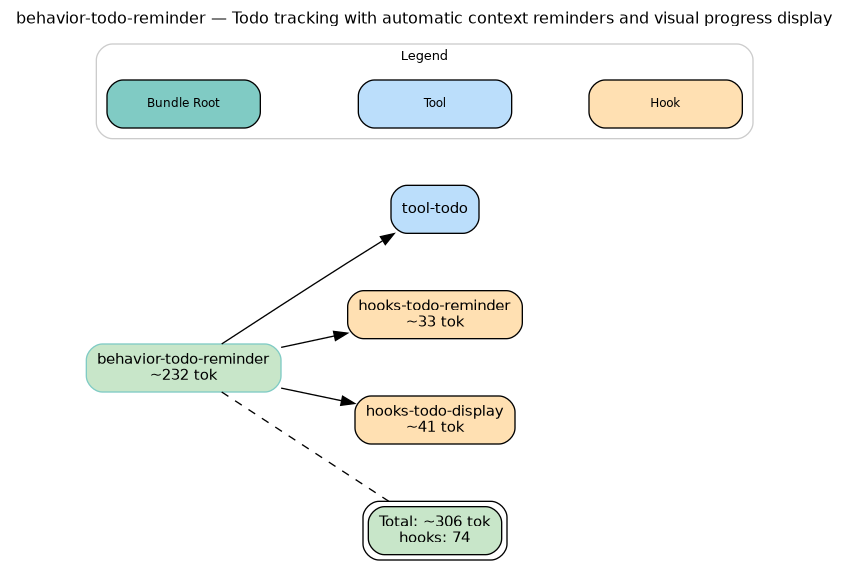
Earlier version of the Graphviz export behaviors/todo-reminder.png (microsoft/amplifier-foundation). Its source is kept beside it as behaviors/todo-reminder.dot.
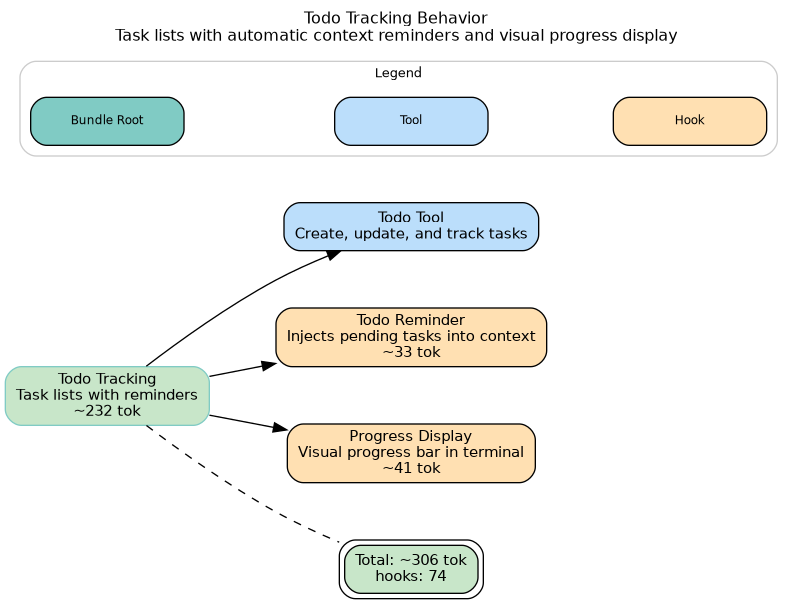
The same diagram one commit later.

What changed in the source:
```diff
@@ -2,7 +2,7 @@
     rankdir=LR
     fontname="Helvetica"
     fontsize=12
-    label="behavior-todo-reminder — Todo tracking with automatic context reminders and visual progress display"
+    label="Todo Tracking Behavior\nTask lists with automatic context reminders and visual progress display"
     labelloc=t
     labeljust=c
     compound=true
@@ -14,10 +14,10 @@
     node [fontname="Helvetica", fontsize=11, style="filled,rounded"]
     edge [fontname="Helvetica", fontsize=9]
 
-    root [label="behavior-todo-reminder\n~232 tok", shape=box, fillcolor="#c8e6c9", style="filled,rounded", color="#80cbc4"]
-    tool_tool_todo [label="tool-todo", shape=box, fillcolor="#bbdefb", style="filled,rounded"]
-    hook_hooks_todo_reminder [label="hooks-todo-reminder\n~33 tok", shape=box, fillcolor="#ffe0b2", style="filled,rounded"]
-    hook_hooks_todo_display [label="hooks-todo-display\n~41 tok", shape=box, fillcolor="#ffe0b2", style="filled,rounded"]
+    root [label="Todo Tracking\nTask lists with reminders\n~232 tok", shape=box, fillcolor="#c8e6c9", style="filled,rounded", color="#80cbc4"]
+    tool_tool_todo [label="Todo Tool\nCreate, update, and track tasks", shape=box, fillcolor="#bbdefb", style="filled,rounded"]
+    hook_hooks_todo_reminder [label="Todo Reminder\nInjects pending tasks into context\n~33 tok", shape=box, fillcolor="#ffe0b2", style="filled,rounded"]
+    hook_hooks_todo_display [label="Progress Display\nVisual progress bar in terminal\n~41 tok", shape=box, fillcolor="#ffe0b2", style="filled,rounded"]
     summary [label="Total: ~306 tok\nhooks: 74", shape=box, fillcolor="#c8e6c9", style="filled,rounded", peripheries=2]
 
     root -> tool_tool_todo
```
